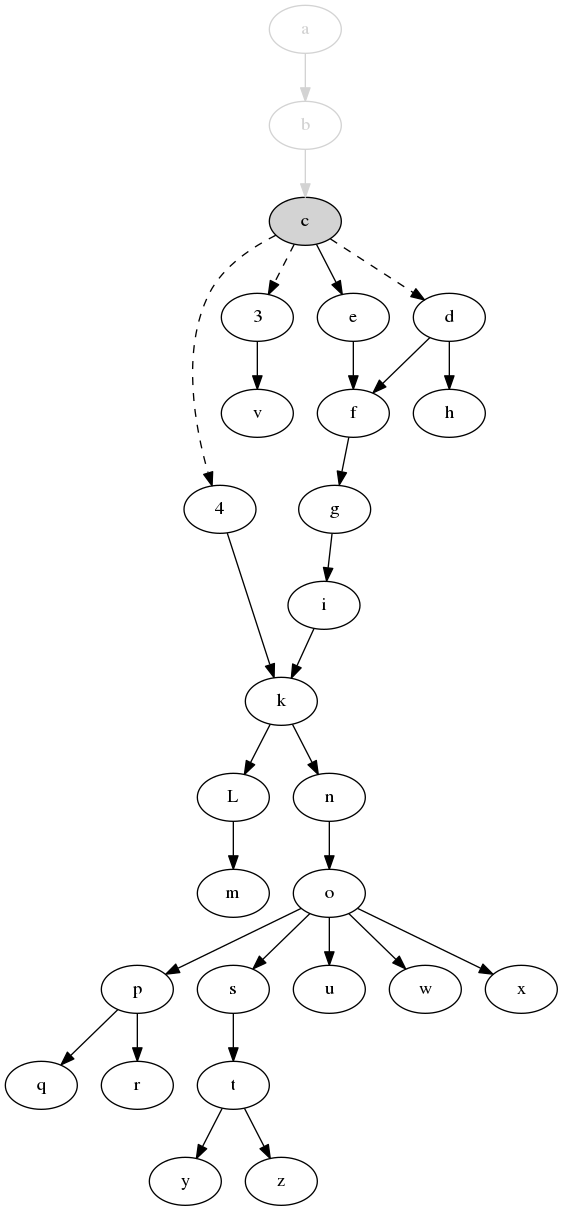
This is svm-startup-deps.png from jdmpapin/svm-startup-deps, a Graphviz export, as it was before one commit. Its source is kept beside it as svm-startup-deps.dot.
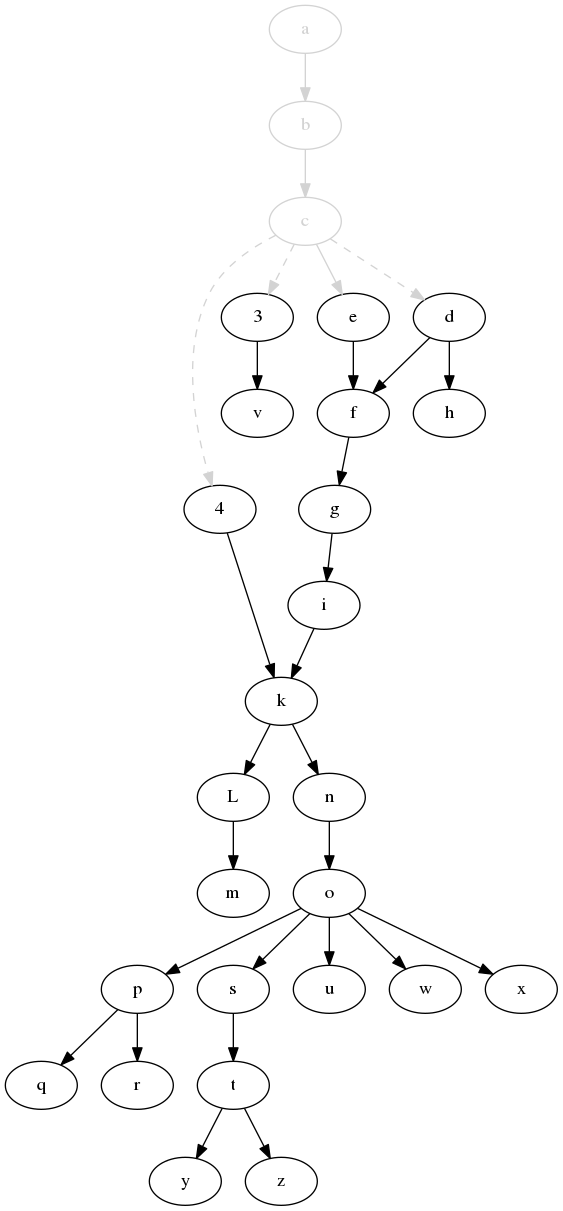
After the commit.

Commit message:
Mark c complete

Change to the diagram source:
```diff
@@ -3,7 +3,7 @@
     3;
     a [color=lightgrey,fontcolor=lightgrey];
     b [color=lightgrey,fontcolor=lightgrey];
-    c [style=filled,fillcolor=lightgrey];
+    c [color=lightgrey,fontcolor=lightgrey];
     d;
     e;
     f;
@@ -28,13 +28,13 @@
     z;
 
     4 -> k;
-    c -> 4 [style=dashed];
-    c -> 3 [style=dashed];
-    c -> d [style=dashed];
+    c -> 4 [style=dashed,color=lightgrey];
+    c -> 3 [style=dashed,color=lightgrey];
+    c -> d [style=dashed,color=lightgrey];
     3 -> v;
     a -> b [color=lightgrey];
     b -> c [color=lightgrey];
-    c -> e;
+    c -> e [color=lightgrey];
     d -> f;
     e -> f;
     f -> g;
```
